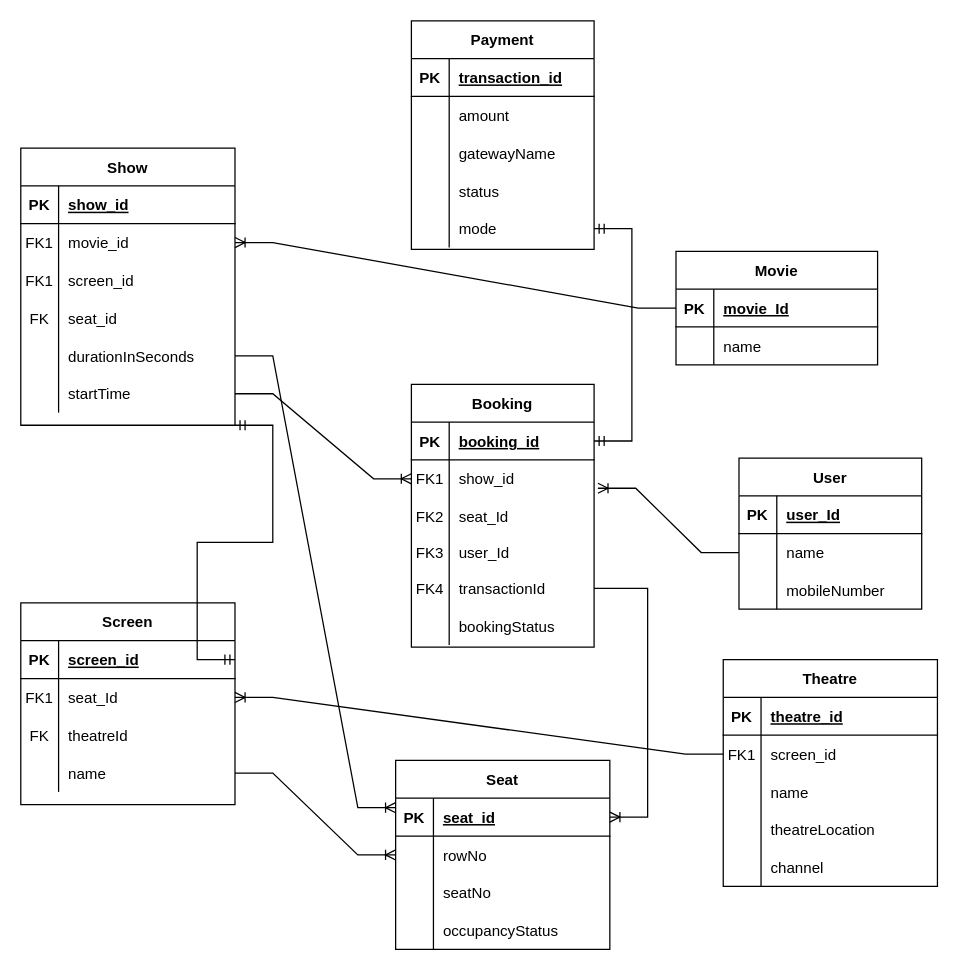
The draw.io diagram ER_Diagram.drawio in RaviSingh123-arch/bookMyShow_sapient, before the edit. Source tidied: cells renumbered, new cells numbered last; positions are measured from the earlier drawing's top-left corner, leaving out a move shared by most shapes. Both pictures are drawn from the tidied source at 126%, with x=0, y=0 at pixel (20, 20).
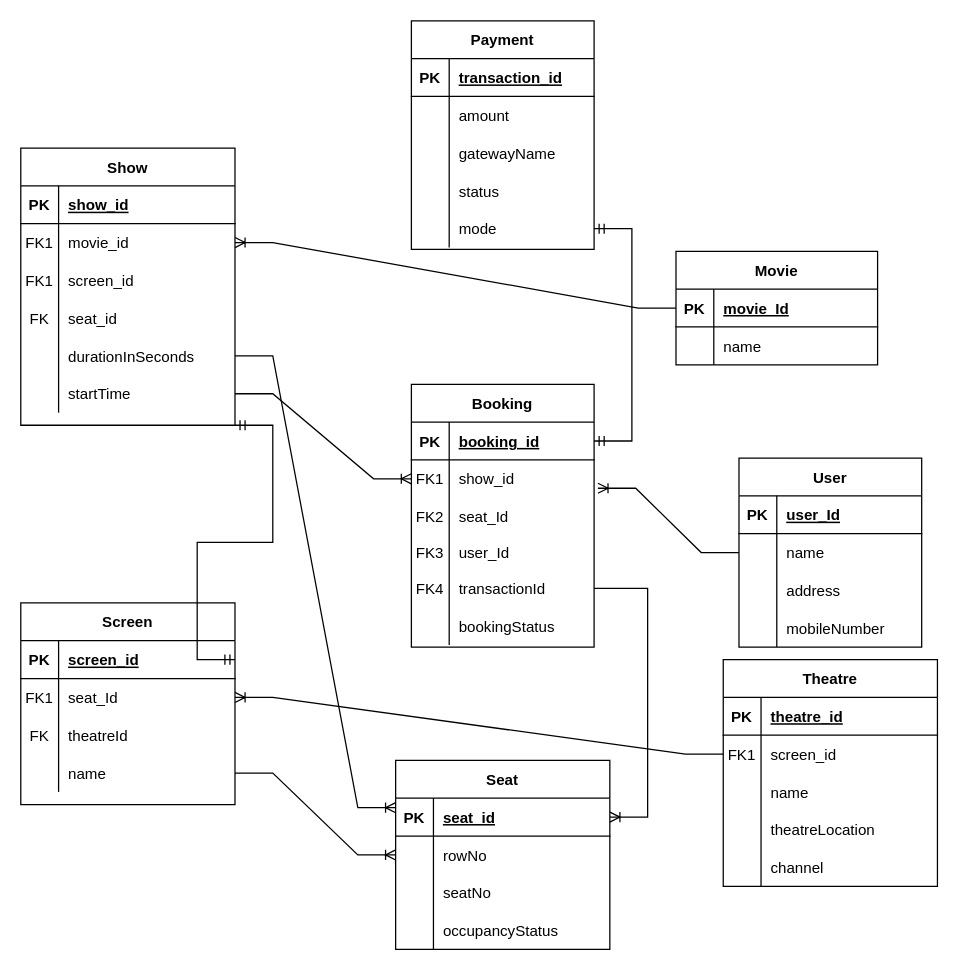
The same page after the edit.

What changed in the source:
```diff
@@
     <mxCell id="62" value="User" style="shape=table;startSize=30;childLayout=tableLayout;rowLines=0;fontStyle=1;align=center;" parent="1" vertex="1">
-      <mxGeometry x="570" y="347" width="145" height="120" as="geometry" />
+      <mxGeometry x="570" y="347" width="145" height="150" as="geometry" />
     </mxCell>
@@
+    <mxCell id="124" style="shape=tableRow;horizontal=0;startSize=0;swimlaneHead=0;swimlaneBody=0;fillColor=none;top=0;left=0;right=0;bottom=0;" parent="62" vertex="1">
+      <mxGeometry y="90" width="145" height="30" as="geometry" />
+    </mxCell>
+    <mxCell id="125" style="shape=partialRectangle;fillColor=none;top=0;left=0;bottom=0;right=0;overflow=hidden;" parent="124" vertex="1">
+      <mxGeometry width="30" height="30" as="geometry" />
+    </mxCell>
+    <mxCell id="126" value="address" style="shape=partialRectangle;fillColor=none;top=0;left=0;bottom=0;right=0;align=left;spacingLeft=6;overflow=hidden;" parent="124" vertex="1">
+      <mxGeometry x="30" width="115" height="30" as="geometry" />
+    </mxCell>
     <mxCell id="69" style="shape=tableRow;horizontal=0;startSize=0;swimlaneHead=0;swimlaneBody=0;fillColor=none;top=0;left=0;right=0;bottom=0;" parent="62" vertex="1">
-      <mxGeometry y="90" width="145" height="30" as="geometry" />
+      <mxGeometry y="120" width="145" height="30" as="geometry" />
     </mxCell>
```
